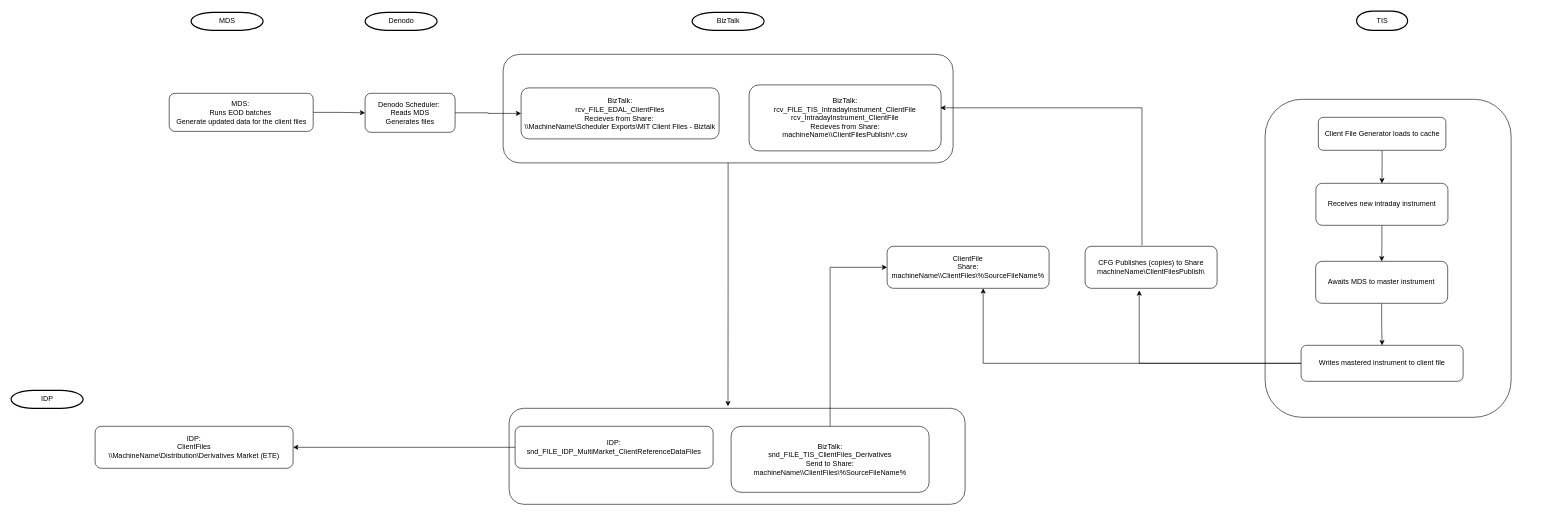
Earlier version of the draw.io diagram page "Page-1" (1 of 2) of ClientFiles.drawio (ByMadiba/Sandbox). Source tidied: cells renumbered, new cells numbered last; positions are measured from the earlier drawing's top-left corner, leaving out a move shared by most shapes. Both pictures are drawn from the tidied source at 60%, with x=0, y=0 at pixel (11, 11).
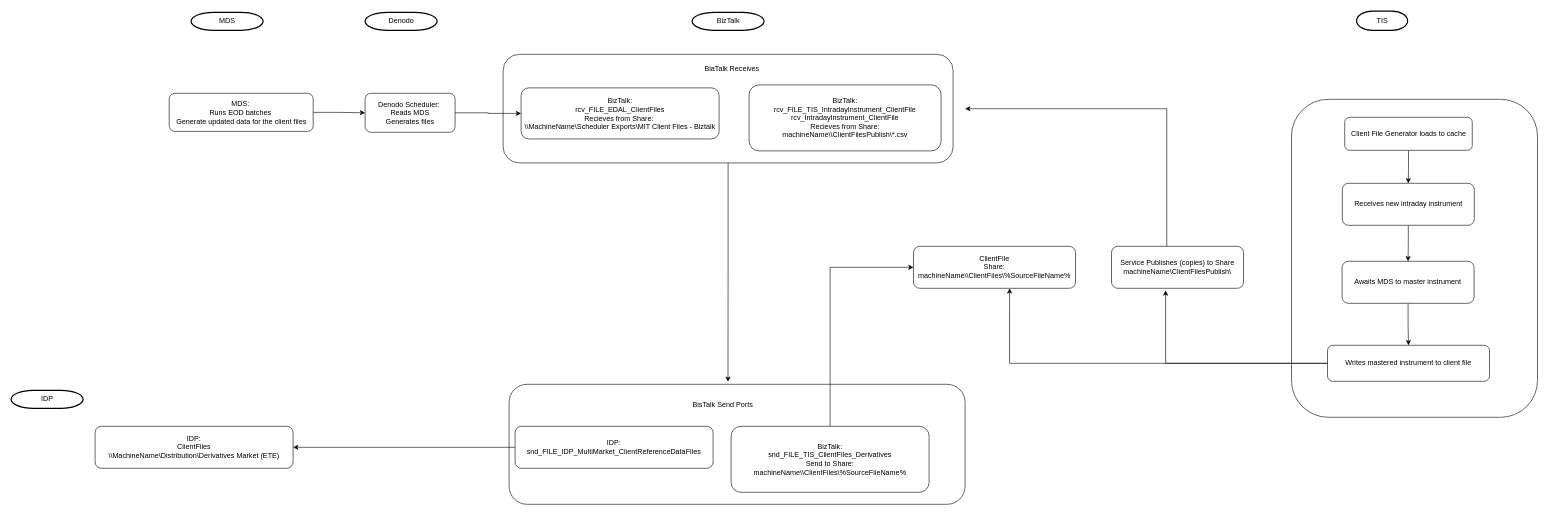
The same page after the edit.

The edit, as a diff of the source:
```diff
@@
     <mxCell id="7" value="ClientFile&lt;br style=&quot;border-color: var(--border-color);&quot;&gt;&lt;span style=&quot;&quot;&gt;Share:&lt;/span&gt;&lt;br style=&quot;border-color: var(--border-color);&quot;&gt;&lt;span style=&quot;&quot;&gt;machineName\\ClientFiles\%SourceFileName%&lt;/span&gt;" style="rounded=1;whiteSpace=wrap;html=1;" parent="1" vertex="1">
-      <mxGeometry x="1460" y="392" width="270" height="70" as="geometry" />
+      <mxGeometry x="1504" y="392" width="270" height="70" as="geometry" />
     </mxCell>
-    <mxCell id="8" value="CFG Publishes (copies) to Share&lt;br style=&quot;border-color: var(--border-color);&quot;&gt;&lt;span style=&quot;&quot;&gt;machineName\ClientFilesPublish\&lt;/span&gt;" style="rounded=1;whiteSpace=wrap;html=1;" parent="1" vertex="1">
-      <mxGeometry x="1790" y="392" width="220" height="70" as="geometry" />
+    <mxCell id="8" value="Service Publishes (copies) to Share&lt;br style=&quot;border-color: var(--border-color);&quot;&gt;&lt;span style=&quot;&quot;&gt;machineName\ClientFilesPublish\&lt;/span&gt;" style="rounded=1;whiteSpace=wrap;html=1;" parent="1" vertex="1">
+      <mxGeometry x="1834" y="392" width="220" height="70" as="geometry" />
     </mxCell>
     <mxCell id="9" style="rounded=1;whiteSpace=wrap;html=1;" parent="1" vertex="1">
-      <mxGeometry x="830" y="662" width="760" height="160" as="geometry" />
+      <mxGeometry x="830" y="622" width="760" height="200" as="geometry" />
     </mxCell>
@@
     <mxCell id="18" style="rounded=1;whiteSpace=wrap;html=1;" parent="1" vertex="1">
-      <mxGeometry x="2090" y="147" width="410" height="530" as="geometry" />
+      <mxGeometry x="2134" y="147" width="410" height="530" as="geometry" />
     </mxCell>
@@
     <mxCell id="21" value="Client File Generator loads to cache" style="rounded=1;whiteSpace=wrap;html=1;" parent="1" vertex="1">
-      <mxGeometry x="2178.7" y="177" width="212.6" height="55" as="geometry" />
+      <mxGeometry x="2222.7" y="177" width="212.6" height="55" as="geometry" />
     </mxCell>
@@
     <mxCell id="23" value="Receives new intraday instrument" style="rounded=1;whiteSpace=wrap;html=1;" parent="1" vertex="1">
-      <mxGeometry x="2174.7" y="287" width="220" height="70" as="geometry" />
+      <mxGeometry x="2218.7" y="287" width="220" height="70" as="geometry" />
     </mxCell>
@@
     <mxCell id="25" value="Awaits MDS to master instrument" style="rounded=1;whiteSpace=wrap;html=1;" parent="1" vertex="1">
-      <mxGeometry x="2174.3" y="417" width="220" height="70" as="geometry" />
+      <mxGeometry x="2218.3" y="417" width="220" height="70" as="geometry" />
     </mxCell>
     <mxCell id="26" value="Writes mastered instrument to client file" style="rounded=1;whiteSpace=wrap;html=1;" parent="1" vertex="1">
-      <mxGeometry x="2150" y="557" width="270" height="60" as="geometry" />
+      <mxGeometry x="2194" y="557" width="270" height="60" as="geometry" />
     </mxCell>
@@
     <mxCell id="29" style="edgeStyle=orthogonalEdgeStyle;rounded=0;orthogonalLoop=1;jettySize=auto;html=1;entryX=0.996;entryY=0.375;entryDx=0;entryDy=0;exitX=0.431;exitY=0.022;exitDx=0;exitDy=0;exitPerimeter=0;entryPerimeter=0;" parent="1" edge="1">
       <mxGeometry relative="1" as="geometry">
-        <mxPoint x="1884.8" y="390.5" as="sourcePoint" />
-        <mxPoint x="1548.7" y="161.2" as="targetPoint" />
+        <mxPoint x="1926.1" y="392" as="sourcePoint" />
+        <mxPoint x="1590" y="162.7" as="targetPoint" />
         <Array as="points">
-          <mxPoint x="1885" y="161" />
+          <mxPoint x="1926.3" y="162.5" />
         </Array>
       </mxGeometry>
     </mxCell>
@@
+    <mxCell id="34" value="BiaTalk Receives" style="text;strokeColor=none;fillColor=none;align=left;verticalAlign=middle;spacingLeft=4;spacingRight=4;overflow=hidden;whiteSpace=wrap;html=1;" parent="1" vertex="1">
+      <mxGeometry x="1150" y="82" width="160" height="30" as="geometry" />
+    </mxCell>
+    <mxCell id="35" value="BisTalk Send Ports" style="text;strokeColor=none;fillColor=none;align=left;verticalAlign=middle;spacingLeft=4;spacingRight=4;overflow=hidden;whiteSpace=wrap;html=1;" parent="1" vertex="1">
+      <mxGeometry x="1130" y="642" width="160" height="30" as="geometry" />
+    </mxCell>
```
